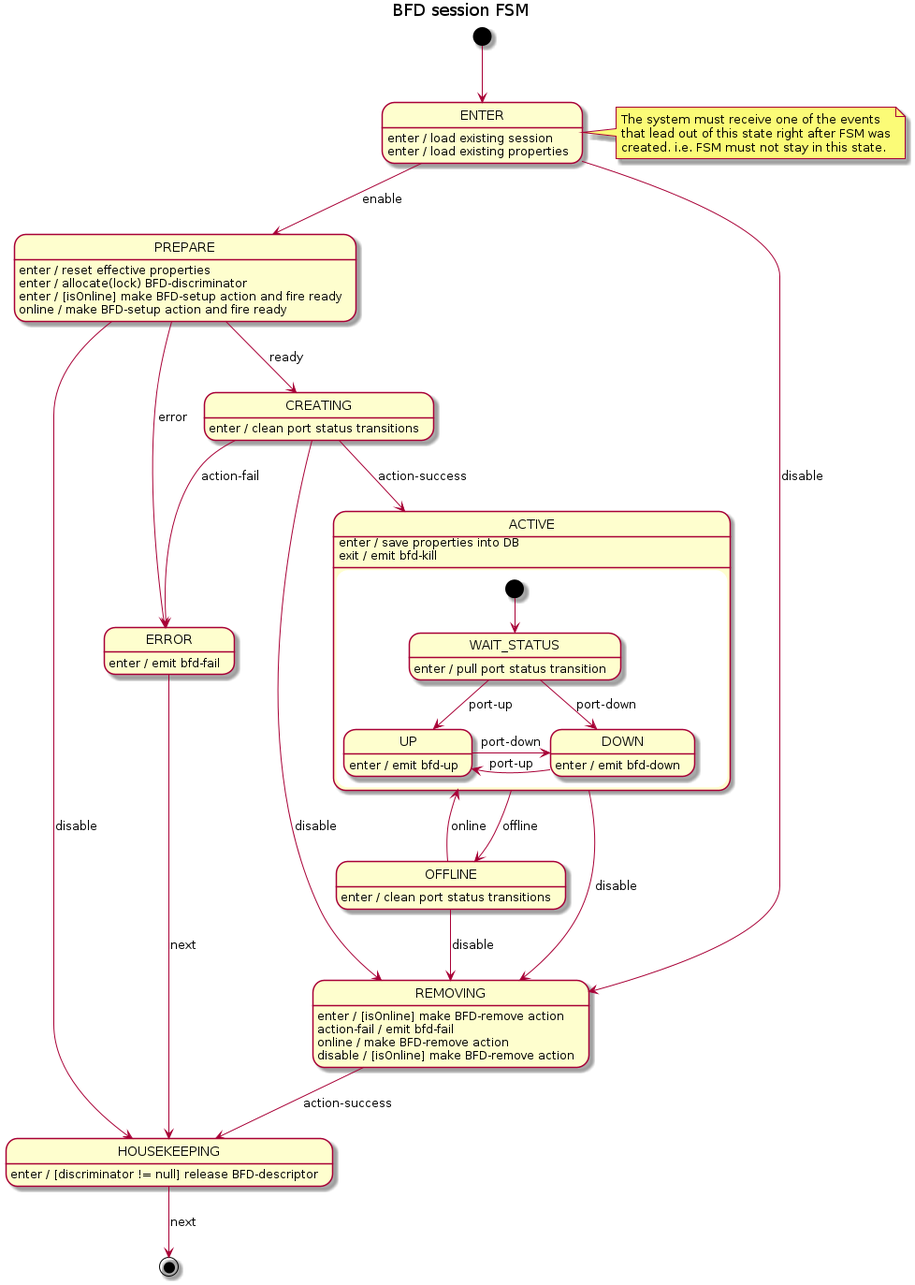
Before: docs/design/network-discovery/bfd-session-FSM.png, a diagram exported from PlantUML (surabujin/open-kilda).
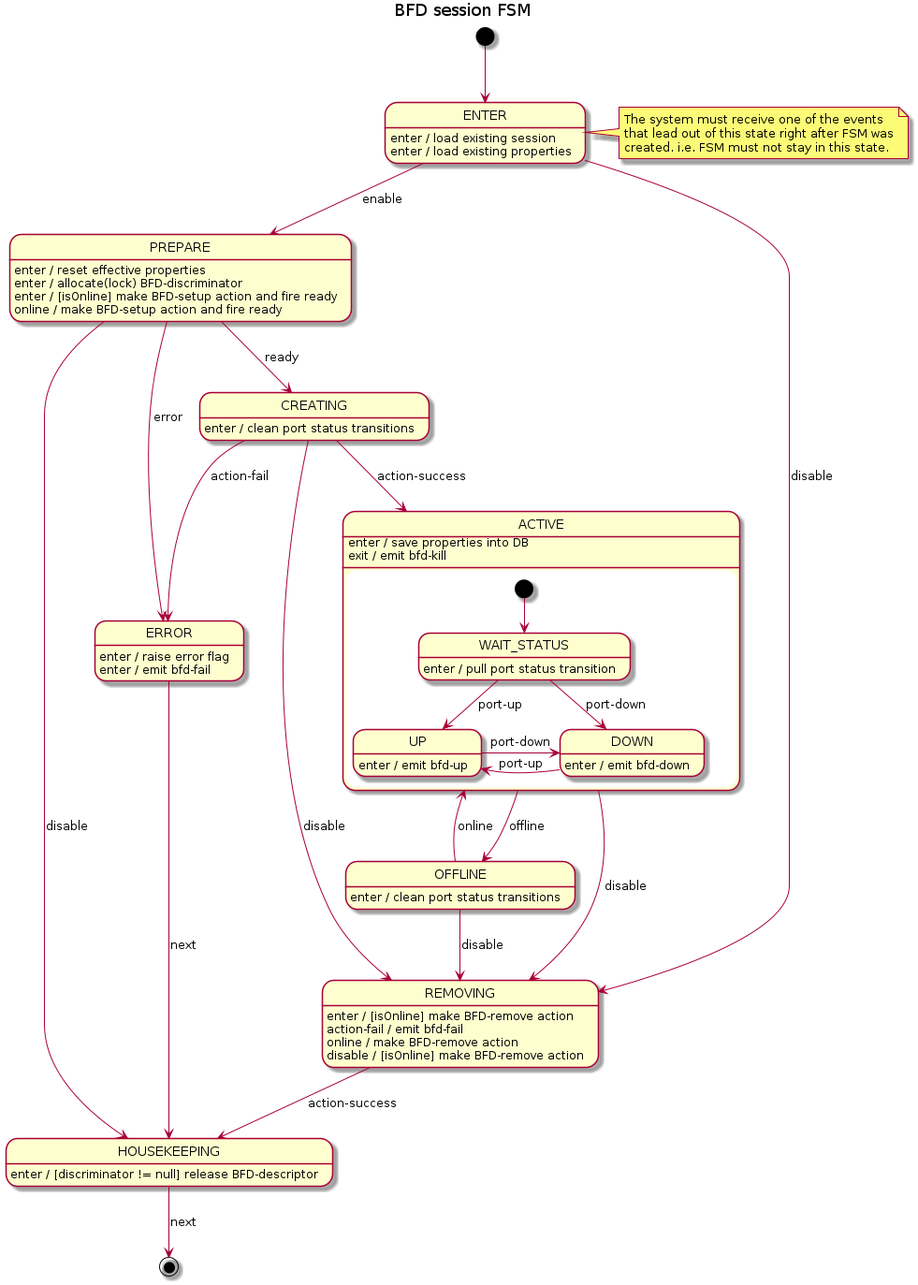
The same file after the commit.

Change to the diagram source:
```diff
@@ -54,6 +54,7 @@
 REMOVING : online / make BFD-remove action
 REMOVING : disable / [isOnline] make BFD-remove action
 
+ERROR : enter / raise error flag
 ERROR : enter / emit bfd-fail
 ERROR --> HOUSEKEEPING : next
 
```
